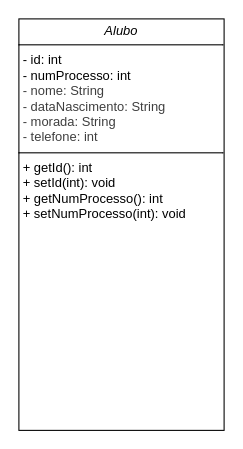
The draw.io diagram Aluno/Aluno.drawio in RodrigoGomes08/Mod-10-aulas, before the edit. Source tidied: cells renumbered, new cells numbered last; positions are measured from the earlier drawing's top-left corner, leaving out a move shared by most shapes. Both pictures are drawn from the tidied source at 108%, with x=0, y=0 at pixel (18, 18).
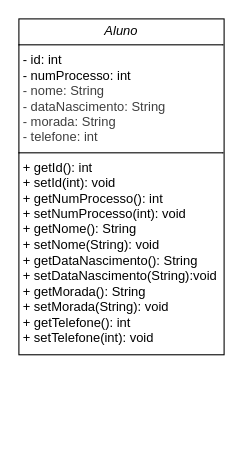
The same diagram, later.

Change to the diagram source:
```diff
@@
 <mxGraphModel>
   <root>
     <mxCell id="0" />
     <mxCell id="1" parent="0" />
-    <mxCell id="2" value="&lt;p style=&quot;margin:0px;margin-top:4px;text-align:center;&quot;&gt;&lt;i&gt;Alubo&lt;/i&gt;&lt;/p&gt;&lt;hr size=&quot;1&quot; style=&quot;border-style:solid;&quot;&gt;&lt;p style=&quot;margin:0px;margin-left:4px;&quot;&gt;- id: int&lt;br&gt;- numProcesso: int&lt;/p&gt;&lt;p style=&quot;margin:0px;margin-left:4px;&quot;&gt;&lt;span style=&quot;color: rgb(63, 63, 63);&quot;&gt;- nome: String&lt;/span&gt;&lt;/p&gt;&lt;p style=&quot;margin:0px;margin-left:4px;&quot;&gt;&lt;span style=&quot;color: rgb(63, 63, 63);&quot;&gt;- dataNascimento: String&lt;/span&gt;&lt;span style=&quot;color: rgb(63, 63, 63);&quot;&gt;&lt;/span&gt;&lt;/p&gt;&lt;p style=&quot;margin:0px;margin-left:4px;&quot;&gt;&lt;span style=&quot;color: rgb(63, 63, 63);&quot;&gt;- morada: String&lt;/span&gt;&lt;/p&gt;&lt;p style=&quot;margin:0px;margin-left:4px;&quot;&gt;&lt;span style=&quot;color: rgb(63, 63, 63);&quot;&gt;- telefone: int&lt;/span&gt;&lt;span style=&quot;color: rgb(63, 63, 63);&quot;&gt;&lt;/span&gt;&lt;/p&gt;&lt;hr size=&quot;1&quot; style=&quot;border-style:solid;&quot;&gt;&lt;p style=&quot;margin:0px;margin-left:4px;&quot;&gt;+ getId(): int&lt;br&gt;+ setId(int): void&lt;/p&gt;&lt;p style=&quot;margin:0px;margin-left:4px;&quot;&gt;+ getNumProcesso(): int&lt;/p&gt;&lt;p style=&quot;margin:0px;margin-left:4px;&quot;&gt;+ setNumProcesso(int): void&lt;/p&gt;&lt;p style=&quot;margin:0px;margin-left:4px;&quot;&gt;&lt;br&gt;&lt;/p&gt;" style="verticalAlign=top;align=left;overflow=fill;html=1;whiteSpace=wrap;" parent="1" vertex="1">
-      <mxGeometry width="190" height="381" as="geometry" />
+    <mxCell id="2" value="&lt;p style=&quot;margin:0px;margin-top:4px;text-align:center;&quot;&gt;&lt;i&gt;Aluno&lt;/i&gt;&lt;/p&gt;&lt;hr size=&quot;1&quot; style=&quot;border-style:solid;&quot;&gt;&lt;p style=&quot;margin:0px;margin-left:4px;&quot;&gt;- id: int&lt;br&gt;- numProcesso: int&lt;/p&gt;&lt;p style=&quot;margin:0px;margin-left:4px;&quot;&gt;&lt;span style=&quot;color: rgb(63, 63, 63);&quot;&gt;- nome: String&lt;/span&gt;&lt;/p&gt;&lt;p style=&quot;margin:0px;margin-left:4px;&quot;&gt;&lt;span style=&quot;color: rgb(63, 63, 63);&quot;&gt;- dataNascimento: String&lt;/span&gt;&lt;span style=&quot;color: rgb(63, 63, 63);&quot;&gt;&lt;/span&gt;&lt;/p&gt;&lt;p style=&quot;margin:0px;margin-left:4px;&quot;&gt;&lt;span style=&quot;color: rgb(63, 63, 63);&quot;&gt;- morada: String&lt;/span&gt;&lt;/p&gt;&lt;p style=&quot;margin:0px;margin-left:4px;&quot;&gt;&lt;span style=&quot;color: rgb(63, 63, 63);&quot;&gt;- telefone: int&lt;/span&gt;&lt;span style=&quot;color: rgb(63, 63, 63);&quot;&gt;&lt;/span&gt;&lt;/p&gt;&lt;hr size=&quot;1&quot; style=&quot;border-style:solid;&quot;&gt;&lt;p style=&quot;margin:0px;margin-left:4px;&quot;&gt;+ getId(): int&lt;br&gt;+ setId(int): void&lt;/p&gt;&lt;p style=&quot;margin:0px;margin-left:4px;&quot;&gt;+ getNumProcesso(): int&lt;/p&gt;&lt;p style=&quot;margin:0px;margin-left:4px;&quot;&gt;+ setNumProcesso(int): void&lt;/p&gt;&lt;p style=&quot;margin:0px;margin-left:4px;&quot;&gt;+ getNome(): String&lt;/p&gt;&lt;p style=&quot;margin:0px;margin-left:4px;&quot;&gt;+ setNome(String): void&lt;/p&gt;&lt;p style=&quot;margin:0px;margin-left:4px;&quot;&gt;+ getDataNascimento(): String&lt;/p&gt;&lt;p style=&quot;margin:0px;margin-left:4px;&quot;&gt;+ setDataNascimento(String):void&lt;/p&gt;&lt;p style=&quot;margin:0px;margin-left:4px;&quot;&gt;+ getMorada(): String&lt;/p&gt;&lt;p style=&quot;margin:0px;margin-left:4px;&quot;&gt;+ setMorada(String): void&lt;/p&gt;&lt;p style=&quot;margin:0px;margin-left:4px;&quot;&gt;+ getTelefone(): int&lt;/p&gt;&lt;p style=&quot;margin:0px;margin-left:4px;&quot;&gt;+ setTelefone(int): void&lt;/p&gt;" style="verticalAlign=top;align=left;overflow=fill;html=1;whiteSpace=wrap;" parent="1" vertex="1">
+      <mxGeometry width="190" height="311" as="geometry" />
     </mxCell>
   </root>
 </mxGraphModel>
```
